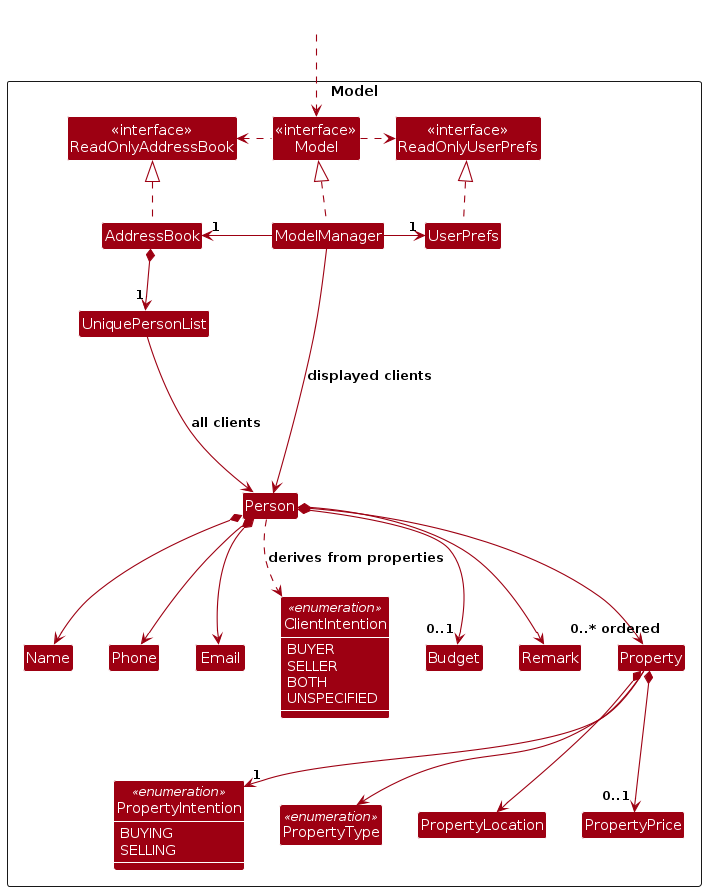
Above: diagrams/ModelClassDiagram.png in AY2627S1-CS2103T-W11-4/tp (PlantUML), before the change. Its source is kept beside it as diagrams/ModelClassDiagram.puml.
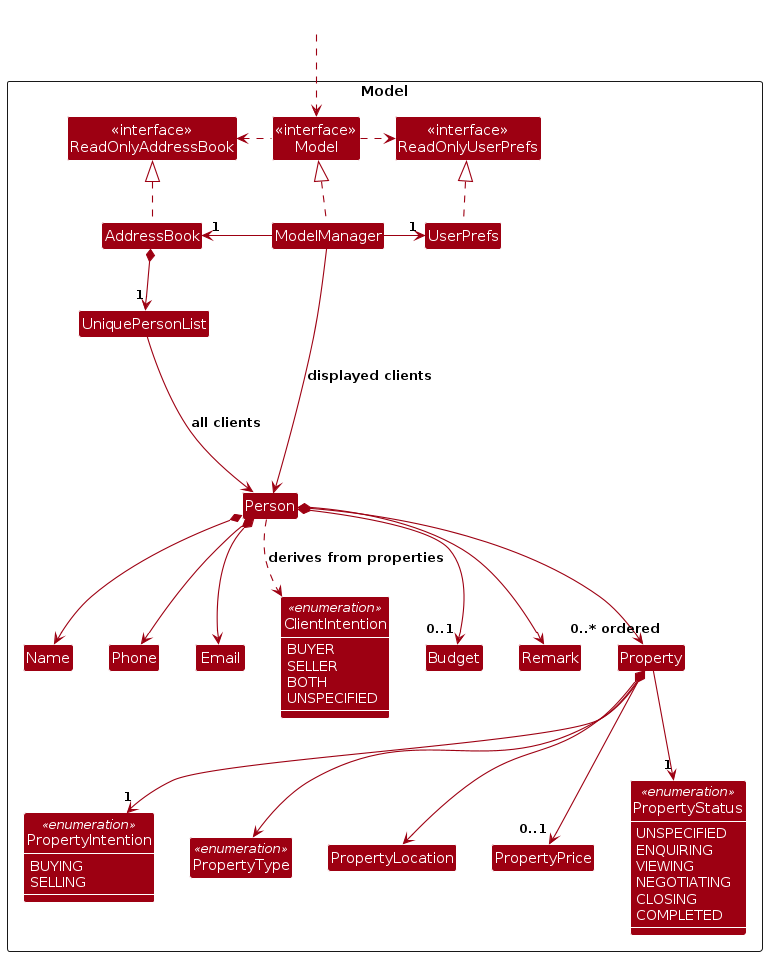
Later version of the same file.

The edit, as a diff of the source:
```diff
@@ -34,6 +34,14 @@
 Class PropertyType <<enumeration>>
 Class PropertyLocation
 Class PropertyPrice
+Class PropertyStatus <<enumeration>> {
+  UNSPECIFIED
+  ENQUIRING
+  VIEWING
+  NEGOTIATING
+  CLOSING
+  COMPLETED
+}
 
 Class I #FFFFFF
 }
@@ -43,6 +51,7 @@
 
 show ClientIntention members
 show PropertyIntention members
+show PropertyStatus members
 
 AddressBook .up.|> ReadOnlyAddressBook
 
@@ -66,6 +75,7 @@
 Property --> "1" PropertyIntention
 Property *--> PropertyLocation
 Property *--> "0..1" PropertyPrice
+Property --> "1" PropertyStatus
 
 Person -[hidden]up--> I
 UniquePersonList -[hidden]right-> I
```
